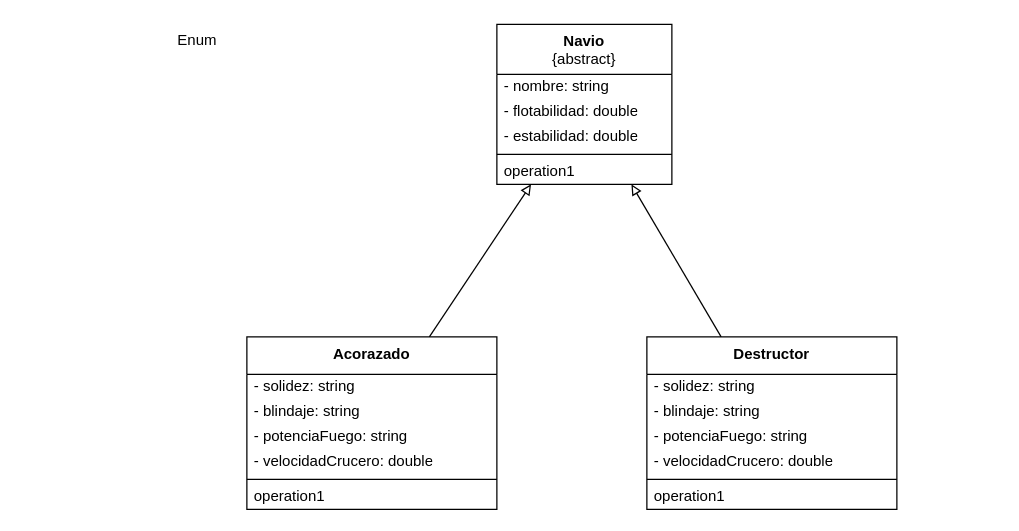
gastonjavierricchiardi/ejercicios-csharp-utn-2026 keeps this draw.io diagram as src/Guia01/EJ15/01EJ15CS.dio. Above is the earlier version. Source tidied: cells renumbered, new cells numbered last; positions are measured from the earlier drawing's top-left corner, leaving out a move shared by most shapes. Both pictures are drawn from the tidied source at 125%, with x=0, y=0 at pixel (165, 21).
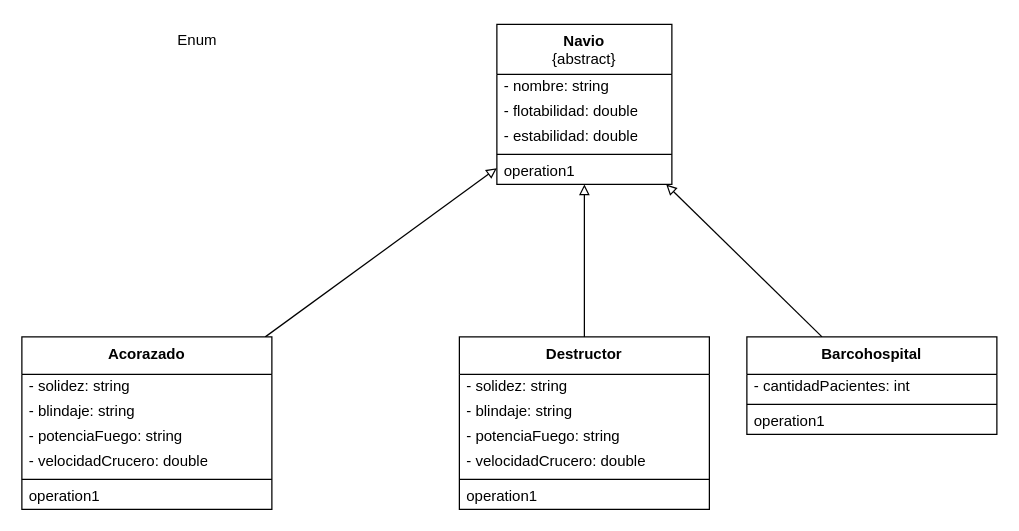
Above is the later version.

Commit message:
Solo el diagrama

Unchanged cells that the change refers to:
```xml
<mxCell id="2" value="&lt;b&gt;Navio&lt;/b&gt;&lt;br&gt;{abstract}" style="swimlane;fontStyle=0;align=center;verticalAlign=top;horizontal=1;startSize=40;html=1;whiteSpace=wrap;" parent="1" vertex="1">
  <mxGeometry x="265" y="2" width="140" height="128" as="geometry" />
</mxCell>
```

The edit, as a diff of the source:
```diff
@@
     <mxCell id="10" value="&lt;b&gt;Acorazado&lt;/b&gt;" style="swimlane;fontStyle=0;align=center;verticalAlign=top;horizontal=1;startSize=30;html=1;whiteSpace=wrap;" parent="1" vertex="1">
-      <mxGeometry x="65" y="252" width="200" height="138" as="geometry" />
+      <mxGeometry x="-115" y="252" width="200" height="138" as="geometry" />
     </mxCell>
@@
     <mxCell id="18" value="&lt;b&gt;Destructor&lt;/b&gt;" style="swimlane;fontStyle=0;align=center;verticalAlign=top;horizontal=1;startSize=30;html=1;whiteSpace=wrap;" parent="1" vertex="1">
-      <mxGeometry x="385" y="252" width="200" height="138" as="geometry" />
+      <mxGeometry x="235" y="252" width="200" height="138" as="geometry" />
     </mxCell>
@@
+    <mxCell id="25" style="edgeStyle=none;html=1;endArrow=block;endFill=0;" parent="1" edge="1" source="26" target="2">
+      <mxGeometry relative="1" as="geometry" />
+    </mxCell>
+    <mxCell id="26" value="&lt;b&gt;Barcohospital&lt;/b&gt;" style="swimlane;fontStyle=0;align=center;verticalAlign=top;horizontal=1;startSize=30;html=1;whiteSpace=wrap;" parent="1" vertex="1">
+      <mxGeometry x="465" y="252" width="200" height="78" as="geometry" />
+    </mxCell>
+    <mxCell id="27" value="- cantidadPacientes: int" style="text;html=1;strokeColor=none;fillColor=none;align=left;verticalAlign=middle;spacingLeft=4;spacingRight=4;overflow=hidden;whiteSpace=wrap;" parent="26" vertex="1">
+      <mxGeometry y="30" width="200" height="20" as="geometry" />
+    </mxCell>
+    <mxCell id="28" style="line;strokeWidth=1;fillColor=none;align=left;verticalAlign=middle;spacingTop=-1;spacingLeft=3;spacingRight=3;labelPosition=right;" parent="26" vertex="1">
+      <mxGeometry y="50" width="200" height="8" as="geometry" />
+    </mxCell>
+    <mxCell id="29" value="operation1" style="text;html=1;strokeColor=none;fillColor=none;align=left;verticalAlign=middle;spacingLeft=4;spacingRight=4;overflow=hidden;whiteSpace=wrap;" parent="26" vertex="1">
+      <mxGeometry y="58" width="200" height="20" as="geometry" />
+    </mxCell>
```
